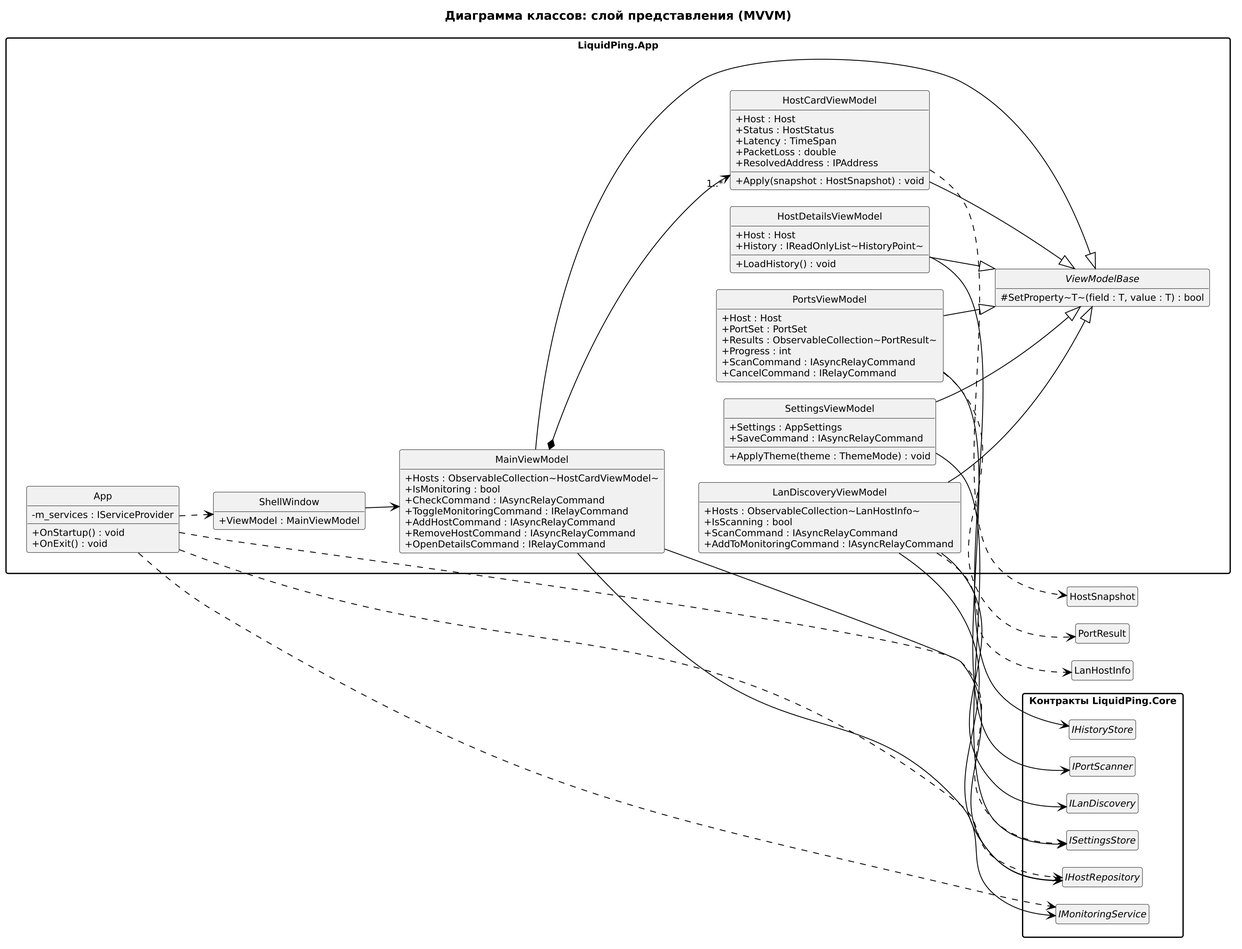
Before: docs/uml/img/class-viewmodels.png, a diagram exported from PlantUML (Levandovskii/liquid-ping). Its source is kept beside it as docs/uml/src/class-viewmodels.puml. Source of this version:
```plantuml
@startuml
set separator none
left to right direction
skinparam monochrome true
skinparam shadowing false
skinparam classAttributeIconSize 0
skinparam defaultFontName "DejaVu Sans"
skinparam defaultFontSize 11
skinparam packageStyle rectangle
skinparam nodesep 20
skinparam ranksep 40
skinparam ArrowColor #000000
hide empty members
hide circle

title Диаграмма классов: слой представления (MVVM)

package "LiquidPing.App" {
together {

  class App {
    -m_services : IServiceProvider
    +OnStartup() : void
    +OnExit() : void
  }

  class ShellWindow {
    +ViewModel : MainViewModel
  }

  abstract class ViewModelBase {
    #SetProperty~T~(field : T, value : T) : bool
  }

  class MainViewModel {
    +Hosts : ObservableCollection~HostCardViewModel~
    +IsMonitoring : bool
    +CheckCommand : IAsyncRelayCommand
    +ToggleMonitoringCommand : IRelayCommand
    +AddHostCommand : IAsyncRelayCommand
    +RemoveHostCommand : IAsyncRelayCommand
    +OpenDetailsCommand : IRelayCommand
  }

  class HostCardViewModel {
    +Host : Host
    +Status : HostStatus
    +Latency : TimeSpan
    +PacketLoss : double
    +ResolvedAddress : IPAddress
    +Apply(snapshot : HostSnapshot) : void
  }

  class HostDetailsViewModel {
    +Host : Host
    +History : IReadOnlyList~HistoryPoint~
    +LoadHistory() : void
  }

  class PortsViewModel {
    +Host : Host
    +PortSet : PortSet
    +Results : ObservableCollection~PortResult~
    +Progress : int
    +ScanCommand : IAsyncRelayCommand
    +CancelCommand : IRelayCommand
  }

  class LanDiscoveryViewModel {
    +Hosts : ObservableCollection~LanHostInfo~
    +IsScanning : bool
    +ScanCommand : IAsyncRelayCommand
    +AddToMonitoringCommand : IAsyncRelayCommand
  }

  class SettingsViewModel {
    +Settings : AppSettings
    +SaveCommand : IAsyncRelayCommand
    +ApplyTheme(theme : ThemeMode) : void
  }

}
}

package "Контракты LiquidPing.Core" {
  interface IMonitoringService
  interface IPortScanner
  interface ILanDiscovery
  interface IHostRepository
  interface ISettingsStore
  interface IHistoryStore
}

App ..> ShellWindow
App ..> IHostRepository
App ..> ISettingsStore
App ..> IMonitoringService

ShellWindow --> MainViewModel

MainViewModel --|> ViewModelBase
HostCardViewModel --|> ViewModelBase
HostDetailsViewModel --|> ViewModelBase
PortsViewModel --|> ViewModelBase
LanDiscoveryViewModel --|> ViewModelBase
SettingsViewModel --|> ViewModelBase

MainViewModel --> IMonitoringService
MainViewModel --> IHostRepository
MainViewModel *--> "1..*" HostCardViewModel
HostDetailsViewModel --> IHistoryStore
PortsViewModel --> IPortScanner
LanDiscoveryViewModel --> ILanDiscovery
LanDiscoveryViewModel --> IHostRepository
SettingsViewModel --> ISettingsStore

HostCardViewModel ..> HostSnapshot
PortsViewModel ..> PortResult
LanDiscoveryViewModel ..> LanHostInfo
@enduml
```
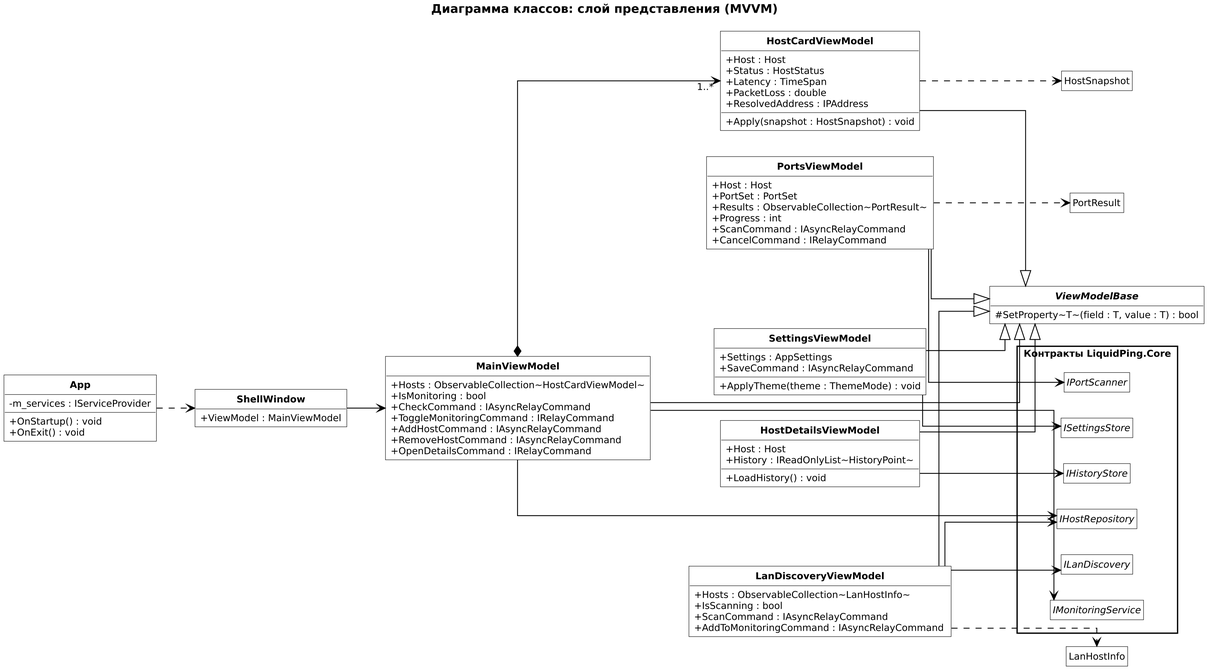
The same file after the commit.

The edit, as a diff of the source:
```diff
@@ -1,38 +1,49 @@
 @startuml
 set separator none
 left to right direction
-skinparam monochrome true
+skinparam monochrome false
 skinparam shadowing false
 skinparam classAttributeIconSize 0
 skinparam defaultFontName "DejaVu Sans"
 skinparam defaultFontSize 11
 skinparam packageStyle rectangle
-skinparam nodesep 20
-skinparam ranksep 40
+skinparam nodesep 30
+skinparam ranksep 45
 skinparam ArrowColor #000000
+skinparam classBackgroundColor #FFFFFF
+skinparam classBorderColor #000000
+skinparam classFontColor #000000
+skinparam classFontStyle bold
+skinparam classAttributeFontStyle normal
+skinparam stereotypeCBackgroundColor #FFFFFF
+skinparam packageBackgroundColor #FFFFFF
+skinparam packageBorderColor #000000
+skinparam noteBackgroundColor #FFFFFF
+skinparam noteBorderColor #000000
+skinparam linetype ortho
+skinparam roundCorner 0
 hide empty members
 hide circle
 
 title Диаграмма классов: слой представления (MVVM)
 
-package "LiquidPing.App" {
-together {
 
-  class App {
+
+  class "**App**" as App {
     -m_services : IServiceProvider
     +OnStartup() : void
     +OnExit() : void
   }
 
-  class ShellWindow {
+  class "**ShellWindow**" as ShellWindow {
     +ViewModel : MainViewModel
   }
 
-  abstract class ViewModelBase {
+  abstract class "**ViewModelBase**" as ViewModelBase {
     #SetProperty~T~(field : T, value : T) : bool
   }
 
-  class MainViewModel {
+  class "**MainViewModel**" as MainViewModel {
     +Hosts : ObservableCollection~HostCardViewModel~
     +IsMonitoring : bool
     +CheckCommand : IAsyncRelayCommand
@@ -42,7 +53,7 @@
     +OpenDetailsCommand : IRelayCommand
   }
 
-  class HostCardViewModel {
+  class "**HostCardViewModel**" as HostCardViewModel {
     +Host : Host
     +Status : HostStatus
     +Latency : TimeSpan
@@ -51,13 +62,13 @@
     +Apply(snapshot : HostSnapshot) : void
   }
 
-  class HostDetailsViewModel {
+  class "**HostDetailsViewModel**" as HostDetailsViewModel {
     +Host : Host
     +History : IReadOnlyList~HistoryPoint~
     +LoadHistory() : void
   }
 
-  class PortsViewModel {
+  class "**PortsViewModel**" as PortsViewModel {
     +Host : Host
     +PortSet : PortSet
     +Results : ObservableCollection~PortResult~
@@ -66,21 +77,20 @@
     +CancelCommand : IRelayCommand
   }
 
-  class LanDiscoveryViewModel {
+  class "**LanDiscoveryViewModel**" as LanDiscoveryViewModel {
     +Hosts : ObservableCollection~LanHostInfo~
     +IsScanning : bool
     +ScanCommand : IAsyncRelayCommand
     +AddToMonitoringCommand : IAsyncRelayCommand
   }
 
-  class SettingsViewModel {
+  class "**SettingsViewModel**" as SettingsViewModel {
     +Settings : AppSettings
     +SaveCommand : IAsyncRelayCommand
     +ApplyTheme(theme : ThemeMode) : void
   }
 
-}
-}
+
 
 package "Контракты LiquidPing.Core" {
   interface IMonitoringService
@@ -92,9 +102,6 @@
 }
 
 App ..> ShellWindow
-App ..> IHostRepository
-App ..> ISettingsStore
-App ..> IMonitoringService
 
 ShellWindow --> MainViewModel
 
```
